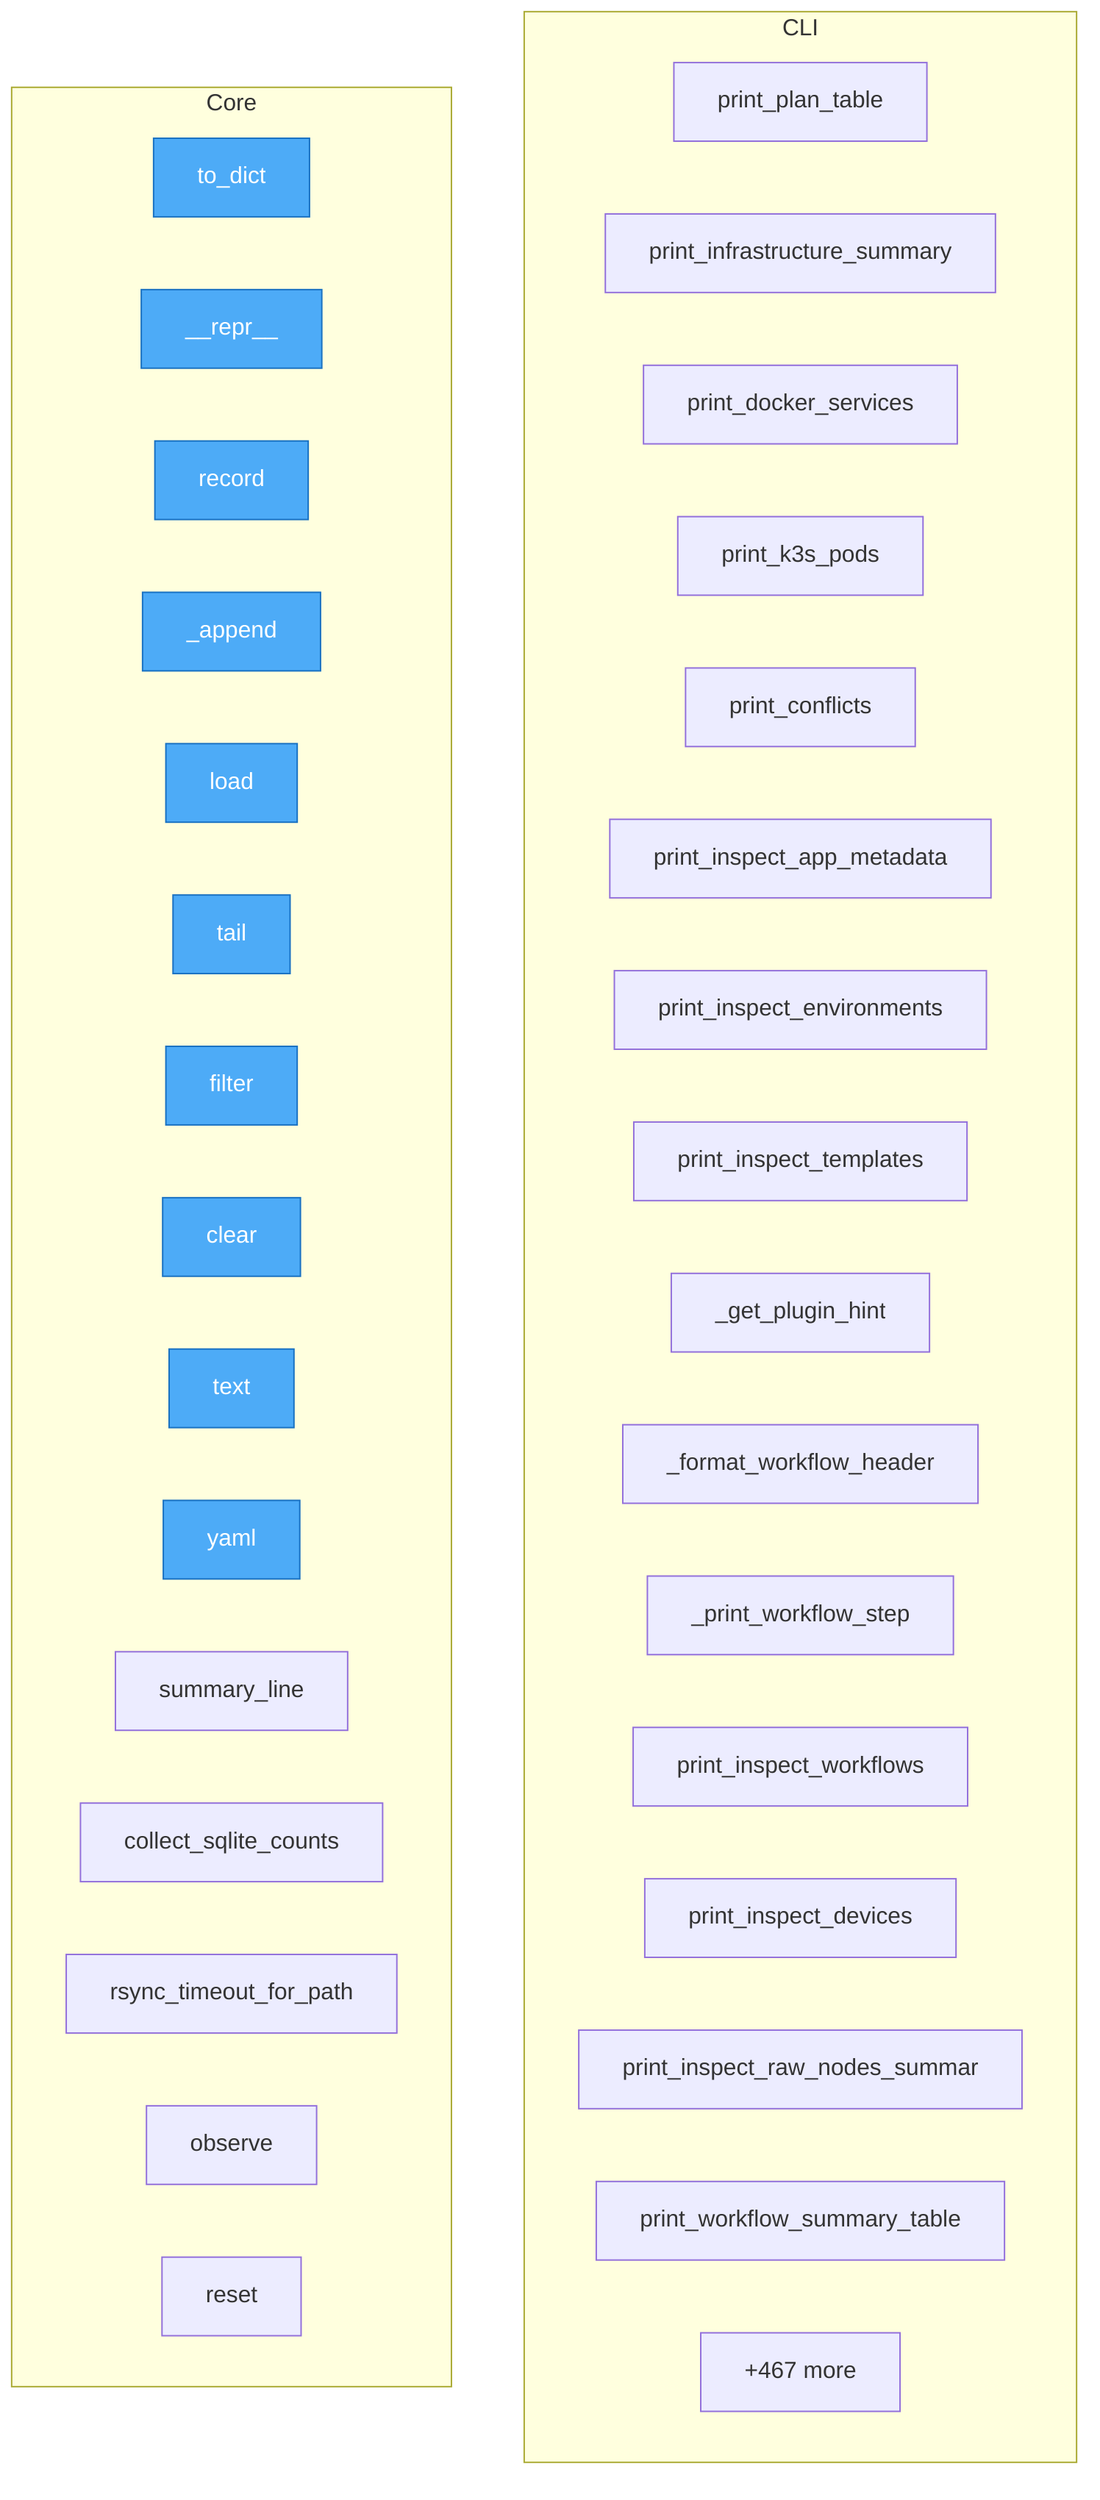
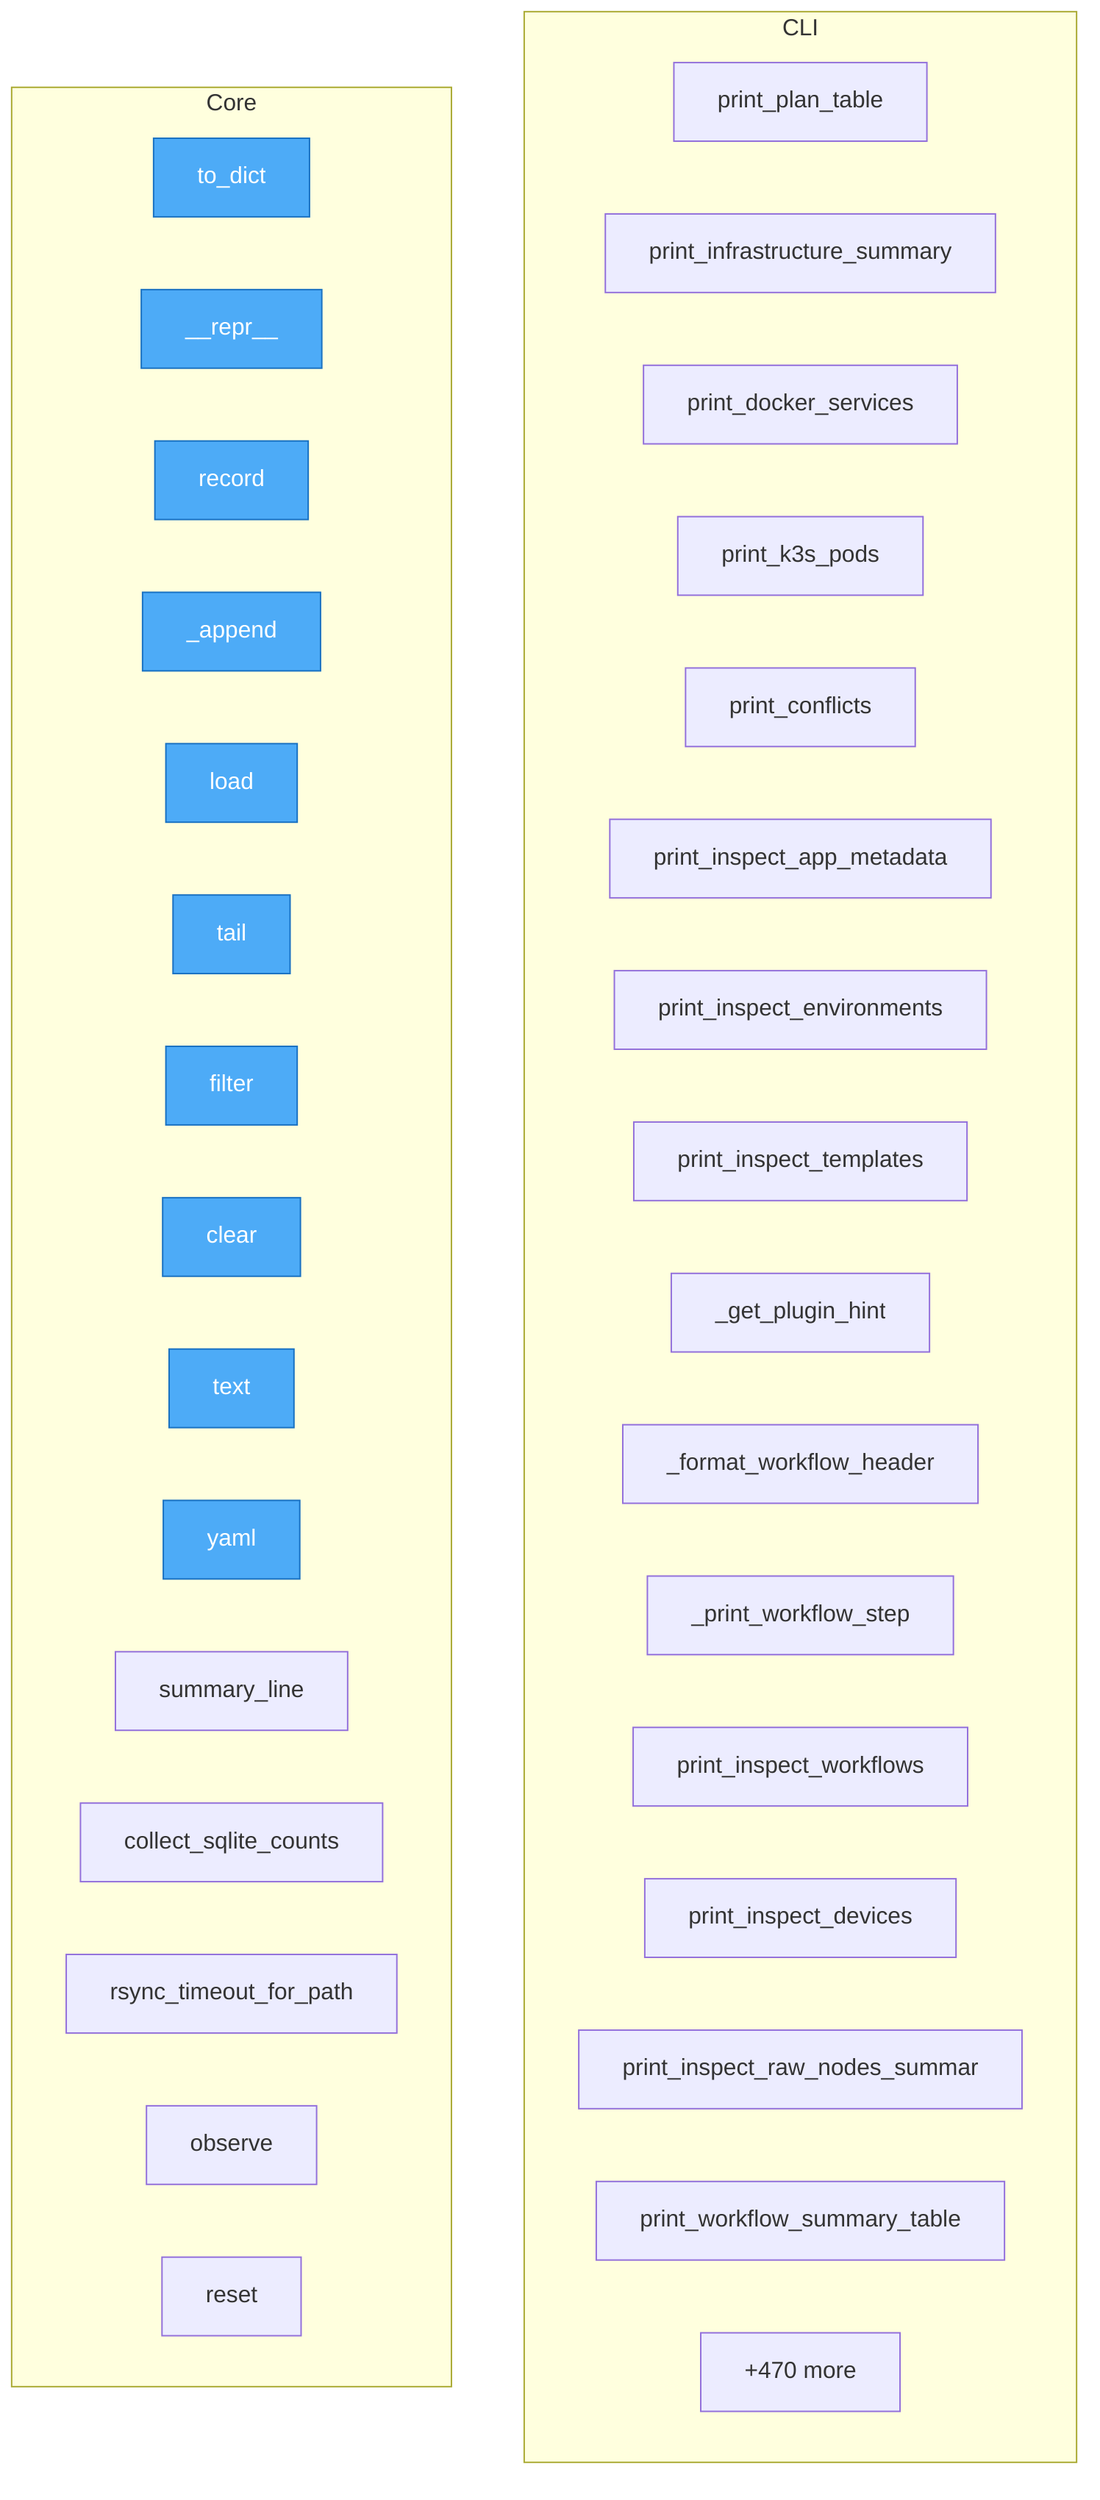
flowchart TD
%% generated in 0.02s

    %% Entry points (blue)
    classDef entry fill:#4dabf7,stroke:#1971c2,color:#fff

    subgraph CLI
        redeploy__cli__display__print_plan_table["print_plan_table"]
        redeploy__cli__display__print_infrastructure_summary["print_infrastructure_summary"]
        redeploy__cli__display__print_docker_services["print_docker_services"]
        redeploy__cli__display__print_k3s_pods["print_k3s_pods"]
        redeploy__cli__display__print_conflicts["print_conflicts"]
        redeploy__cli__display__print_inspect_app_metadata["print_inspect_app_metadata"]
        redeploy__cli__display__print_inspect_environments["print_inspect_environments"]
        redeploy__cli__display__print_inspect_templates["print_inspect_templates"]
        redeploy__cli__display___get_plugin_hint["_get_plugin_hint"]
        redeploy__cli__display___format_workflow_header["_format_workflow_header"]
        redeploy__cli__display___print_workflow_step["_print_workflow_step"]
        redeploy__cli__display__print_inspect_workflows["print_inspect_workflows"]
        redeploy__cli__display__print_inspect_devices["print_inspect_devices"]
        redeploy__cli__display__print_inspect_raw_nodes_summary["print_inspect_raw_nodes_summar"]
        redeploy__cli__display__print_workflow_summary_table["print_workflow_summary_table"]
-         ...["+197 more"]
+         ...["+204 more"]
    end

    subgraph Core
        redeploy__observe__AuditEntry__to_dict["to_dict"]
        redeploy__observe__AuditEntry____repr__["__repr__"]
        redeploy__observe__DeployAuditLog__record["record"]
        redeploy__observe__DeployAuditLog___append["_append"]
        redeploy__observe__DeployAuditLog__load["load"]
        redeploy__observe__DeployAuditLog__tail["tail"]
        redeploy__observe__DeployAuditLog__filter["filter"]
        redeploy__observe__DeployAuditLog__clear["clear"]
        redeploy__observe__DeployReport__text["text"]
        redeploy__observe__DeployReport__yaml["yaml"]
        redeploy__observe__DeployReport__summary_line["summary_line"]
        redeploy__data_sync__collect_sqlite_counts["collect_sqlite_counts"]
        redeploy__data_sync__rsync_timeout_for_path["rsync_timeout_for_path"]
        redeploy__heal__HealLoopDetector__observe["observe"]
        redeploy__heal__HealLoopDetector__reset["reset"]
-         ...["+467 more"]
+         ...["+470 more"]
    end

    class redeploy__observe__AuditEntry__to_dict,redeploy__observe__AuditEntry____repr__,redeploy__observe__DeployAuditLog__record,redeploy__observe__DeployAuditLog___append,redeploy__observe__DeployAuditLog__load,redeploy__observe__DeployAuditLog__tail,redeploy__observe__DeployAuditLog__filter,redeploy__observe__DeployAuditLog__clear,redeploy__observe__DeployReport__text,redeploy__observe__DeployReport__yaml entry
